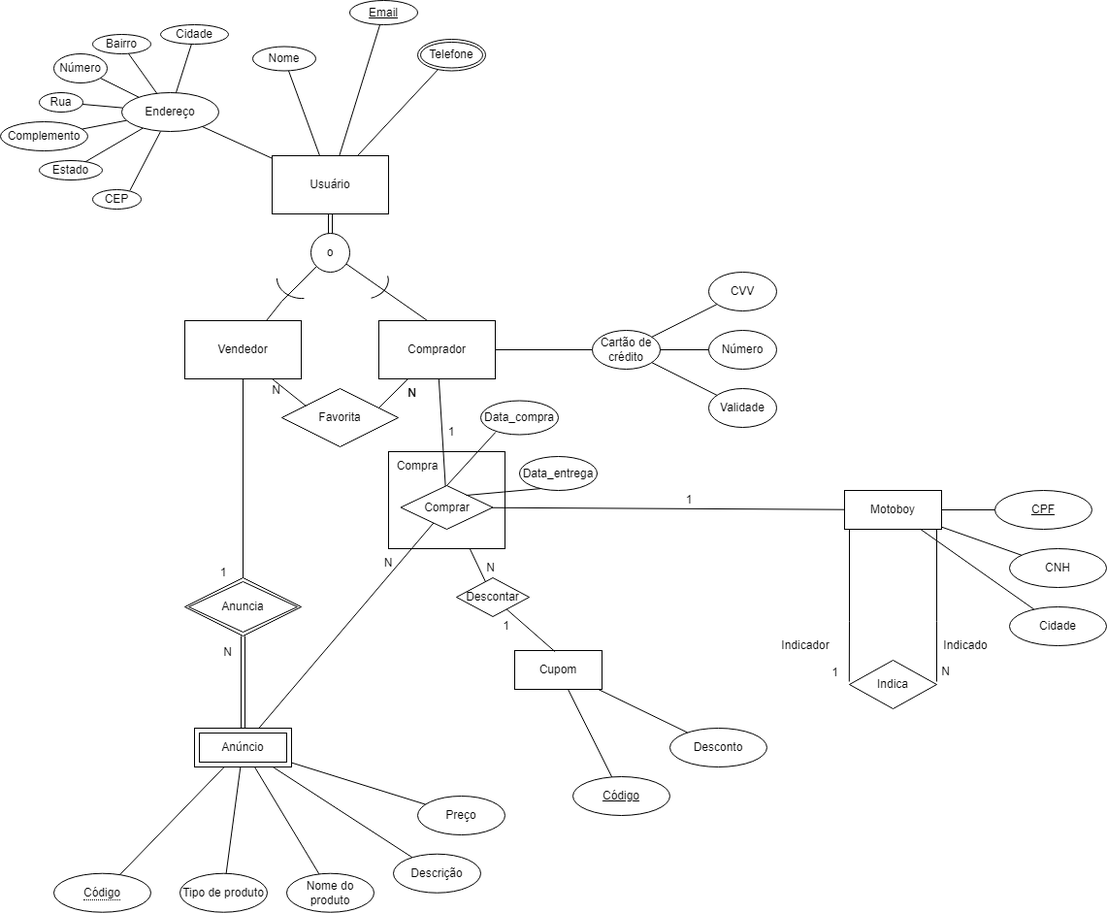
The draw.io diagram Diagrama EER.png in FrederickAlmeida/Projeto-SGDB-GDI, before a commit. Source tidied: cells renumbered, new cells last; positions are measured from the earlier drawing's top-left corner, leaving out a move shared by most shapes.
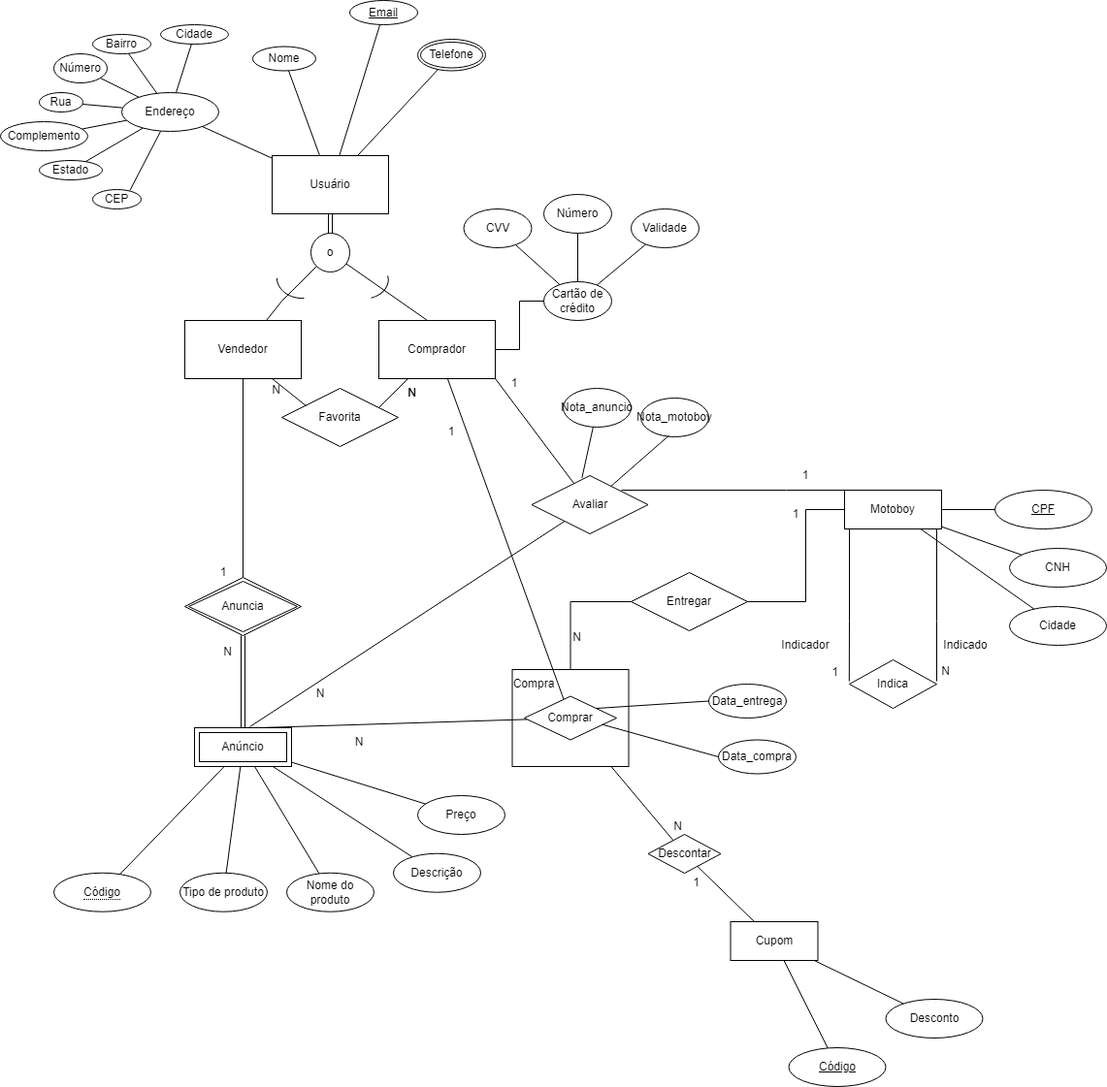
The same file after the commit.

Change to the diagram source:
```diff
@@ -21,7 +21,7 @@
       <mxGeometry x="165" y="25" width="70" height="20" as="geometry" />
     </mxCell>
     <mxCell id="8" value="Cupom" style="rounded=0;whiteSpace=wrap;html=1;" parent="1" vertex="1">
-      <mxGeometry x="530" y="670" width="90" height="40" as="geometry" />
+      <mxGeometry x="752.5" y="950" width="90" height="40" as="geometry" />
     </mxCell>
     <mxCell id="9" value="Motoboy" style="whiteSpace=wrap;html=1;align=center;" parent="1" vertex="1">
       <mxGeometry x="870" y="505" width="100" height="40" as="geometry" />
@@ -36,10 +36,10 @@
       <mxGeometry x="125" y="95" width="100" height="40" as="geometry" />
     </mxCell>
     <mxCell id="13" value="Cartão de crédito" style="ellipse;whiteSpace=wrap;html=1;" parent="1" vertex="1">
-      <mxGeometry x="610" y="340" width="70" height="40" as="geometry" />
+      <mxGeometry x="560" y="290" width="70" height="40" as="geometry" />
     </mxCell>
     <mxCell id="14" value="Validade" style="ellipse;whiteSpace=wrap;html=1;" parent="1" vertex="1">
-      <mxGeometry x="730" y="400" width="70" height="40" as="geometry" />
+      <mxGeometry x="650" y="215" width="70" height="40" as="geometry" />
     </mxCell>
     <mxCell id="15" style="endArrow=none;html=1;rounded=0;" parent="1" edge="1" source="29" target="13">
       <mxGeometry relative="1" as="geometry" />
@@ -48,7 +48,7 @@
       <mxGeometry x="55" y="55" width="55" height="30" as="geometry" />
     </mxCell>
     <mxCell id="17" value="Desconto" style="ellipse;whiteSpace=wrap;html=1;align=center;" parent="1" vertex="1">
-      <mxGeometry x="690" y="750" width="100" height="40" as="geometry" />
+      <mxGeometry x="912.5" y="1030" width="100" height="40" as="geometry" />
     </mxCell>
     <mxCell id="18" value="Complemento" style="ellipse;whiteSpace=wrap;html=1;" parent="1" vertex="1">
       <mxGeometry y="125" width="90" height="30" as="geometry" />
@@ -84,19 +84,19 @@
       <mxGeometry relative="1" as="geometry" />
     </mxCell>
     <mxCell id="29" value="Número" style="ellipse;whiteSpace=wrap;html=1;" parent="1" vertex="1">
-      <mxGeometry x="730" y="340" width="70" height="40" as="geometry" />
+      <mxGeometry x="560" y="200" width="70" height="40" as="geometry" />
     </mxCell>
     <mxCell id="30" style="endArrow=none;html=1;rounded=0;" parent="1" edge="1" source="2" target="42">
       <mxGeometry relative="1" as="geometry" />
     </mxCell>
     <mxCell id="31" value="Código" style="ellipse;whiteSpace=wrap;html=1;align=center;fontStyle=4;" parent="1" vertex="1">
-      <mxGeometry x="590" y="800" width="100" height="40" as="geometry" />
+      <mxGeometry x="812.5" y="1080" width="100" height="40" as="geometry" />
     </mxCell>
     <mxCell id="32" style="endArrow=none;html=1;rounded=0;" parent="1" edge="1" source="12" target="37">
       <mxGeometry relative="1" as="geometry" />
     </mxCell>
     <mxCell id="33" value="CVV" style="ellipse;whiteSpace=wrap;html=1;" parent="1" vertex="1">
-      <mxGeometry x="730" y="280" width="70" height="40" as="geometry" />
+      <mxGeometry x="477.5" y="215" width="70" height="40" as="geometry" />
     </mxCell>
     <mxCell id="34" value="Vendedor" style="rounded=0;whiteSpace=wrap;html=1;" parent="1" vertex="1">
       <mxGeometry x="190" y="330" width="120" height="60" as="geometry" />
@@ -201,9 +201,6 @@
     <mxCell id="61" value="Anuncia" style="shape=rhombus;double=1;perimeter=rhombusPerimeter;whiteSpace=wrap;html=1;align=center;" parent="1" vertex="1">
       <mxGeometry x="190" y="595" width="120" height="60" as="geometry" />
     </mxCell>
-    <mxCell id="62" style="endArrow=none;html=1;rounded=0;" parent="1" edge="1" source="9" target="74">
-      <mxGeometry relative="1" as="geometry" />
-    </mxCell>
     <mxCell id="63" style="endArrow=none;html=1;rounded=0;entryX=0.5;entryY=1;entryDx=0;entryDy=0;" parent="1" edge="1" target="34">
       <mxGeometry relative="1" as="geometry">
         <mxPoint x="250" y="595" as="sourcePoint" />
@@ -250,21 +247,21 @@
       </mxGeometry>
     </mxCell>
     <mxCell id="74" value="Comprar" style="shape=rhombus;perimeter=rhombusPerimeter;whiteSpace=wrap;html=1;align=center;" parent="1" vertex="1">
-      <mxGeometry x="412.5" y="500" width="95" height="45" as="geometry" />
+      <mxGeometry x="540" y="717.5" width="95" height="45" as="geometry" />
     </mxCell>
     <mxCell id="75" style="rounded=0;whiteSpace=wrap;html=1;fillColor=none;" parent="1" vertex="1">
-      <mxGeometry x="400" y="465" width="120" height="100" as="geometry" />
+      <mxGeometry x="527.5" y="690" width="120" height="100" as="geometry" />
     </mxCell>
     <mxCell id="76" value="Compra" style="text;html=1;strokeColor=none;fillColor=none;align=center;verticalAlign=middle;whiteSpace=wrap;rounded=0;" parent="1" vertex="1">
-      <mxGeometry x="400" y="465" width="60" height="30" as="geometry" />
+      <mxGeometry x="520" y="690" width="60" height="30" as="geometry" />
     </mxCell>
     <mxCell id="77" value="Anúncio" style="shape=ext;margin=3;double=1;whiteSpace=wrap;html=1;align=center;" parent="1" vertex="1">
       <mxGeometry x="200" y="750" width="100" height="40" as="geometry" />
     </mxCell>
     <mxCell id="78" value="Descontar" style="shape=rhombus;perimeter=rhombusPerimeter;whiteSpace=wrap;html=1;align=center;" parent="1" vertex="1">
-      <mxGeometry x="470" y="595" width="75" height="40" as="geometry" />
+      <mxGeometry x="667.5" y="860" width="75" height="40" as="geometry" />
     </mxCell>
-    <mxCell id="79" style="endArrow=none;html=1;rounded=0;exitX=0.462;exitY=0.029;exitDx=0;exitDy=0;exitPerimeter=0;" parent="1" edge="1" source="8" target="78">
+    <mxCell id="79" style="endArrow=none;html=1;rounded=0;" parent="1" edge="1" source="8" target="78">
       <mxGeometry relative="1" as="geometry" />
     </mxCell>
     <mxCell id="80" value="1" style="html=1;whiteSpace=wrap;align=right;verticalAlign=bottom;" parent="79" vertex="1">
@@ -281,21 +278,11 @@
       </mxGeometry>
     </mxCell>
     <mxCell id="83" value="Data_compra" style="ellipse;whiteSpace=wrap;html=1;align=center;" parent="1" vertex="1">
-      <mxGeometry x="495" y="412.5" width="80" height="35" as="geometry" />
+      <mxGeometry x="740" y="762.5" width="80" height="35" as="geometry" />
     </mxCell>
     <mxCell id="84" value="Data_entrega" style="ellipse;whiteSpace=wrap;html=1;align=center;" parent="1" vertex="1">
-      <mxGeometry x="535" y="470" width="80" height="35" as="geometry" />
+      <mxGeometry x="730" y="705" width="80" height="35" as="geometry" />
     </mxCell>
-    <mxCell id="85" style="endArrow=none;html=1;rounded=0;entryX=0.271;entryY=0.947;entryDx=0;entryDy=0;entryPerimeter=0;" parent="1" edge="1" target="84">
-      <mxGeometry relative="1" as="geometry">
-        <mxPoint x="480" y="510" as="sourcePoint" />
-      </mxGeometry>
-    </mxCell>
-    <mxCell id="86" style="endArrow=none;html=1;rounded=0;entryX=0.192;entryY=0.926;entryDx=0;entryDy=0;entryPerimeter=0;" parent="1" edge="1" target="83">
-      <mxGeometry relative="1" as="geometry">
-        <mxPoint x="460" y="500" as="sourcePoint" />
-      </mxGeometry>
-    </mxCell>
     <mxCell id="87" style="endArrow=none;html=1;rounded=0;entryX=-0.002;entryY=0.44;entryDx=0;entryDy=0;entryPerimeter=0;" parent="1" edge="1">
       <mxGeometry relative="1" as="geometry">
         <mxPoint x="965" y="545" as="sourcePoint" />
@@ -319,11 +306,8 @@
     <mxCell id="91" value="1" style="text;html=1;strokeColor=none;fillColor=none;align=center;verticalAlign=middle;whiteSpace=wrap;rounded=0;" parent="1" vertex="1">
       <mxGeometry x="435" y="430" width="60" height="30" as="geometry" />
     </mxCell>
-    <mxCell id="92" value="1" style="text;html=1;strokeColor=none;fillColor=none;align=center;verticalAlign=middle;whiteSpace=wrap;rounded=0;" parent="1" vertex="1">
-      <mxGeometry x="680" y="500" width="60" height="30" as="geometry" />
-    </mxCell>
     <mxCell id="93" value="N" style="text;html=1;strokeColor=none;fillColor=none;align=center;verticalAlign=middle;whiteSpace=wrap;rounded=0;" parent="1" vertex="1">
-      <mxGeometry x="370" y="565" width="60" height="30" as="geometry" />
+      <mxGeometry x="340" y="750" width="60" height="30" as="geometry" />
     </mxCell>
     <mxCell id="94" value="1" style="text;html=1;strokeColor=none;fillColor=none;align=center;verticalAlign=middle;whiteSpace=wrap;rounded=0;" parent="1" vertex="1">
       <mxGeometry x="200" y="575" width="60" height="30" as="geometry" />
@@ -348,5 +332,74 @@
     <mxCell id="100" value="N" style="html=1;whiteSpace=wrap;align=right;verticalAlign=bottom;" parent="1" vertex="1">
       <mxGeometry x="430" y="412.5" as="geometry" />
     </mxCell>
+    <mxCell id="101" style="edgeStyle=orthogonalEdgeStyle;rounded=0;jettySize=auto;html=1;entryX=0.5;entryY=0;entryDx=0;entryDy=0;endArrow=none;endFill=0;exitX=0;exitY=0.5;exitDx=0;exitDy=0;" parent="1" edge="1" source="102" target="75">
+      <mxGeometry relative="1" as="geometry" />
+    </mxCell>
+    <mxCell id="102" value="Entregar" style="shape=rhombus;perimeter=rhombusPerimeter;whiteSpace=wrap;html=1;align=center;" parent="1" vertex="1">
+      <mxGeometry x="650" y="590" width="120" height="60" as="geometry" />
+    </mxCell>
+    <mxCell id="103" style="edgeStyle=orthogonalEdgeStyle;rounded=0;jettySize=auto;html=1;endArrow=none;endFill=0;exitX=0;exitY=0.5;exitDx=0;exitDy=0;entryX=1;entryY=0.5;entryDx=0;entryDy=0;" parent="1" edge="1" source="9" target="102">
+      <mxGeometry relative="1" as="geometry">
+        <Array as="points">
+          <mxPoint x="830" y="525" />
+          <mxPoint x="830" y="620" />
+        </Array>
+      </mxGeometry>
+    </mxCell>
+    <mxCell id="104" value="1" style="text;html=1;strokeColor=none;fillColor=none;align=center;verticalAlign=middle;whiteSpace=wrap;rounded=0;" parent="1" vertex="1">
+      <mxGeometry x="790" y="515" width="60" height="30" as="geometry" />
+    </mxCell>
+    <mxCell id="105" value="N" style="html=1;whiteSpace=wrap;align=right;verticalAlign=bottom;" parent="1" vertex="1">
+      <mxGeometry x="600" y="665" as="geometry" />
+    </mxCell>
+    <mxCell id="106" value="Avaliar" style="shape=rhombus;perimeter=rhombusPerimeter;whiteSpace=wrap;html=1;align=center;" parent="1" vertex="1">
+      <mxGeometry x="547.5" y="490" width="120" height="60" as="geometry" />
+    </mxCell>
+    <mxCell id="107" style="endArrow=none;html=1;rounded=0;exitX=0;exitY=0.5;exitDx=0;exitDy=0;" parent="1" edge="1" source="84">
+      <mxGeometry relative="1" as="geometry">
+        <mxPoint x="614.5" y="730" as="targetPoint" />
+      </mxGeometry>
+    </mxCell>
+    <mxCell id="108" style="endArrow=none;html=1;rounded=0;exitX=0;exitY=0.5;exitDx=0;exitDy=0;" parent="1" edge="1" source="83">
+      <mxGeometry relative="1" as="geometry">
+        <mxPoint x="620" y="746.6" as="targetPoint" />
+      </mxGeometry>
+    </mxCell>
+    <mxCell id="109" style="endArrow=none;html=1;rounded=0;exitX=0.57;exitY=-0.025;exitDx=0;exitDy=0;exitPerimeter=0;" parent="1" edge="1" source="77" target="106">
+      <mxGeometry relative="1" as="geometry" />
+    </mxCell>
+    <mxCell id="110" style="endArrow=none;html=1;rounded=0;entryX=1;entryY=1;entryDx=0;entryDy=0;" parent="1" edge="1" source="106" target="26">
+      <mxGeometry relative="1" as="geometry" />
+    </mxCell>
+    <mxCell id="111" value="N" style="text;html=1;strokeColor=none;fillColor=none;align=center;verticalAlign=middle;whiteSpace=wrap;rounded=0;" parent="1" vertex="1">
+      <mxGeometry x="300" y="700" width="60" height="30" as="geometry" />
+    </mxCell>
+    <mxCell id="112" value="1" style="text;html=1;strokeColor=none;fillColor=none;align=center;verticalAlign=middle;whiteSpace=wrap;rounded=0;" parent="1" vertex="1">
+      <mxGeometry x="500" y="380" width="60" height="30" as="geometry" />
+    </mxCell>
+    <mxCell id="113" style="edgeStyle=orthogonalEdgeStyle;rounded=0;jettySize=auto;html=1;entryX=1;entryY=0;entryDx=0;entryDy=0;endArrow=none;endFill=0;exitX=0;exitY=0;exitDx=0;exitDy=0;" parent="1" edge="1" source="9">
+      <mxGeometry relative="1" as="geometry">
+        <mxPoint x="640" y="505" as="targetPoint" />
+        <Array as="points">
+          <mxPoint x="810" y="505" />
+          <mxPoint x="810" y="505" />
+        </Array>
+      </mxGeometry>
+    </mxCell>
+    <mxCell id="114" value="1" style="text;html=1;strokeColor=none;fillColor=none;align=center;verticalAlign=middle;whiteSpace=wrap;rounded=0;" parent="1" vertex="1">
+      <mxGeometry x="800" y="475" width="60" height="30" as="geometry" />
+    </mxCell>
+    <mxCell id="115" value="Nota_anuncio" style="ellipse;whiteSpace=wrap;html=1;" parent="1" vertex="1">
+      <mxGeometry x="580" y="400" width="70" height="40" as="geometry" />
+    </mxCell>
+    <mxCell id="116" style="endArrow=none;html=1;rounded=0;exitX=0.432;exitY=0.04;exitDx=0;exitDy=0;exitPerimeter=0;" parent="1" edge="1" source="106" target="115">
+      <mxGeometry relative="1" as="geometry" />
+    </mxCell>
+    <mxCell id="117" value="Nota_motoboy" style="ellipse;whiteSpace=wrap;html=1;" parent="1" vertex="1">
+      <mxGeometry x="660" y="410" width="70" height="40" as="geometry" />
+    </mxCell>
+    <mxCell id="118" style="endArrow=none;html=1;rounded=0;entryX=0.413;entryY=0.968;entryDx=0;entryDy=0;entryPerimeter=0;" parent="1" edge="1" source="106" target="117">
+      <mxGeometry relative="1" as="geometry" />
+    </mxCell>
   </root>
 </mxGraphModel>
```
